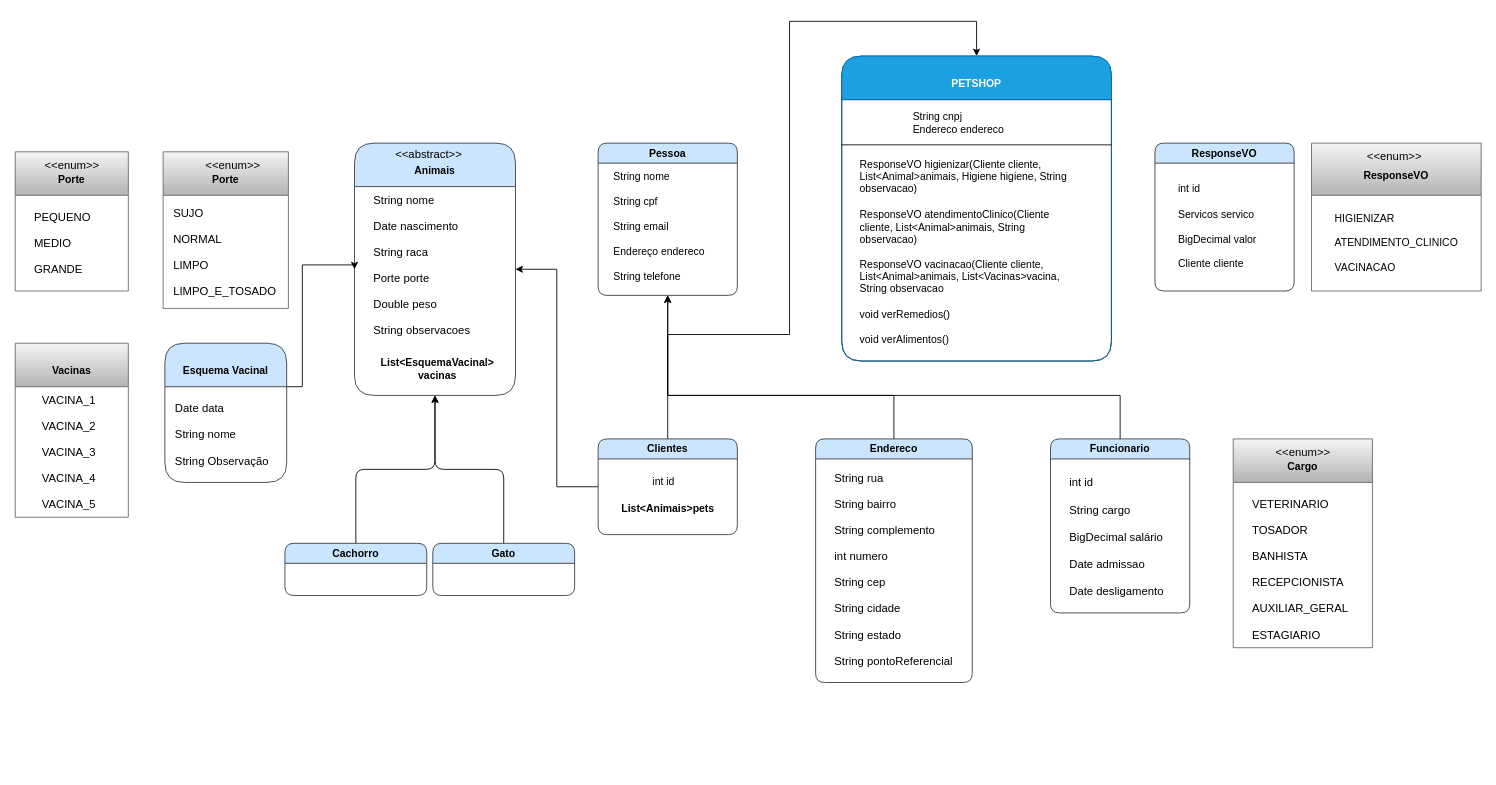
The draw.io diagram Diagrama sem nome.drawio in KassiaES/PetShop947, before the edit. Source tidied: cells renumbered, new cells numbered last; positions are measured from the earlier drawing's top-left corner, leaving out a move shared by most shapes. Both pictures are drawn from the tidied source at 87%, with x=0, y=0 at pixel (15, 21).
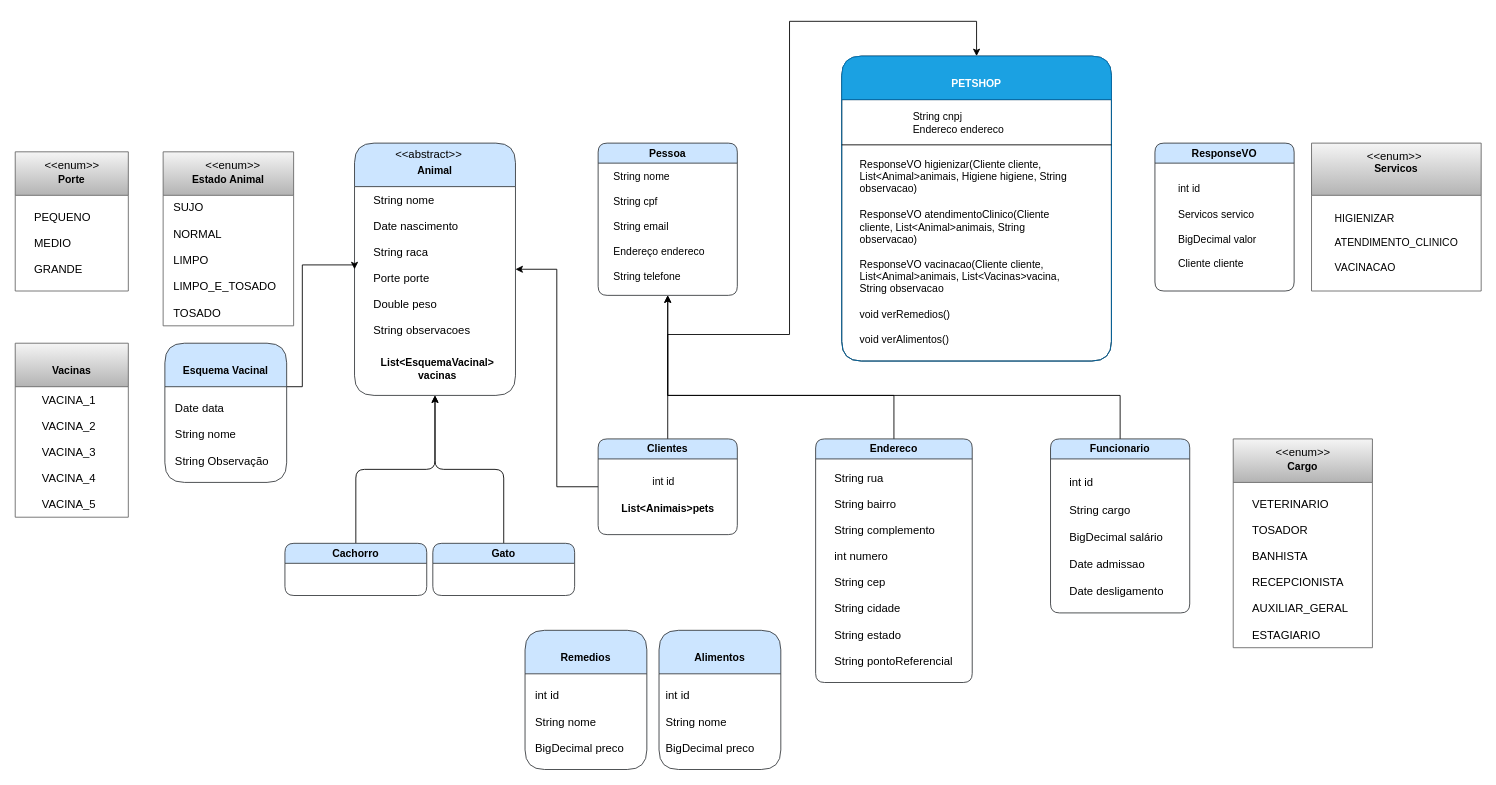
Above is the later version.

Change to the diagram source:
```diff
@@
-    <mxCell id="10" value="Animais" style="swimlane;whiteSpace=wrap;html=1;rounded=1;startSize=50;spacingTop=13;fillColor=#cce5ff;strokeColor=#36393d;" parent="1" vertex="1">
+    <mxCell id="10" value="Animal" style="swimlane;whiteSpace=wrap;html=1;rounded=1;startSize=50;spacingTop=13;fillColor=#cce5ff;strokeColor=#36393d;" parent="1" vertex="1">
       <mxGeometry x="390" y="140" width="185" height="290" as="geometry" />
     </mxCell>
@@
-    <mxCell id="32" value="Porte" style="swimlane;whiteSpace=wrap;html=1;rounded=0;startSize=50;spacingTop=14;fillColor=#f5f5f5;gradientColor=#b3b3b3;strokeColor=#666666;" parent="1" vertex="1">
-      <mxGeometry x="170" y="150" width="144" height="180" as="geometry" />
+    <mxCell id="32" value="Estado Animal" style="swimlane;whiteSpace=wrap;html=1;rounded=0;startSize=50;spacingTop=14;fillColor=#f5f5f5;gradientColor=#b3b3b3;strokeColor=#666666;" parent="1" vertex="1">
+      <mxGeometry x="170" y="150" width="150" height="200" as="geometry" />
     </mxCell>
-    <mxCell id="33" value="&lt;span style=&quot;background-color: initial; font-size: 13px;&quot;&gt;SUJO&lt;br&gt;&lt;/span&gt;&lt;br&gt;&lt;span style=&quot;background-color: initial; font-size: 13px;&quot;&gt;NORMAL&lt;br&gt;&lt;/span&gt;&lt;br&gt;&lt;span style=&quot;background-color: initial; font-size: 13px;&quot;&gt;LIMPO&lt;br&gt;&lt;/span&gt;&lt;br&gt;&lt;span style=&quot;background-color: initial; font-size: 13px;&quot;&gt;LIMPO_E_TOSADO&lt;/span&gt;" style="text;html=1;align=left;verticalAlign=middle;strokeColor=none;fillColor=none;rounded=1;labelBackgroundColor=none;spacing=2;rotation=0;" parent="32" vertex="1">
-      <mxGeometry x="10" y="55" width="140" height="120" as="geometry" />
+    <mxCell id="33" value="&lt;span style=&quot;background-color: initial; font-size: 13px;&quot;&gt;SUJO&lt;br&gt;&lt;/span&gt;&lt;br&gt;&lt;span style=&quot;background-color: initial; font-size: 13px;&quot;&gt;NORMAL&lt;br&gt;&lt;/span&gt;&lt;br&gt;&lt;span style=&quot;background-color: initial; font-size: 13px;&quot;&gt;LIMPO&lt;br&gt;&lt;/span&gt;&lt;br&gt;&lt;span style=&quot;background-color: initial; font-size: 13px;&quot;&gt;LIMPO_E_TOSADO&lt;br&gt;&lt;br&gt;TOSADO&lt;br&gt;&lt;/span&gt;" style="text;html=1;align=left;verticalAlign=middle;strokeColor=none;fillColor=none;rounded=1;labelBackgroundColor=none;spacing=2;rotation=0;" parent="32" vertex="1">
+      <mxGeometry x="10" y="50" width="140" height="150" as="geometry" />
     </mxCell>
@@
-    <mxCell id="45" value="&lt;br&gt;ResponseVO" style="swimlane;whiteSpace=wrap;html=1;rounded=0;fillColor=#f5f5f5;strokeColor=#666666;startSize=60;gradientColor=#b3b3b3;" parent="1" vertex="1">
+    <mxCell id="45" value="Servicos" style="swimlane;whiteSpace=wrap;html=1;rounded=0;fillColor=#f5f5f5;strokeColor=#666666;startSize=60;gradientColor=#b3b3b3;" parent="1" vertex="1">
       <mxGeometry x="1490" y="140" width="195" height="170" as="geometry" />
     </mxCell>
@@
+    <mxCell id="49" value="Remedios" style="swimlane;whiteSpace=wrap;html=1;rounded=1;startSize=50;spacingTop=14;fillColor=#cce5ff;strokeColor=#36393d;" parent="1" vertex="1">
+      <mxGeometry x="586" y="700" width="140" height="160" as="geometry" />
+    </mxCell>
+    <mxCell id="50" value="&lt;span style=&quot;font-size: 13px; background-color: initial;&quot;&gt;int id&lt;br&gt;&lt;/span&gt;&lt;br&gt;&lt;span style=&quot;font-size: 13px; background-color: initial;&quot;&gt;String nome&lt;br&gt;&lt;/span&gt;&lt;br&gt;&lt;span style=&quot;font-size: 13px;&quot;&gt;BigDecimal preco&lt;/span&gt;" style="text;html=1;align=left;verticalAlign=middle;strokeColor=none;fillColor=none;rounded=1;labelBackgroundColor=none;spacing=2;rotation=0;" parent="49" vertex="1">
+      <mxGeometry x="10" y="60" width="130" height="90" as="geometry" />
+    </mxCell>
+    <mxCell id="51" value="Alimentos" style="swimlane;whiteSpace=wrap;html=1;rounded=1;startSize=50;spacingTop=14;fillColor=#cce5ff;strokeColor=#36393d;" parent="1" vertex="1">
+      <mxGeometry x="740" y="700" width="140" height="160" as="geometry" />
+    </mxCell>
+    <mxCell id="52" value="&lt;span style=&quot;font-size: 13px; background-color: initial;&quot;&gt;int id&lt;br&gt;&lt;/span&gt;&lt;br&gt;&lt;span style=&quot;font-size: 13px; background-color: initial;&quot;&gt;String nome&lt;br&gt;&lt;/span&gt;&lt;br&gt;&lt;span style=&quot;font-size: 13px;&quot;&gt;BigDecimal preco&lt;/span&gt;" style="text;html=1;align=left;verticalAlign=middle;strokeColor=none;fillColor=none;rounded=1;labelBackgroundColor=none;spacing=2;rotation=0;" parent="51" vertex="1">
+      <mxGeometry x="6" y="60" width="130" height="90" as="geometry" />
+    </mxCell>
```
